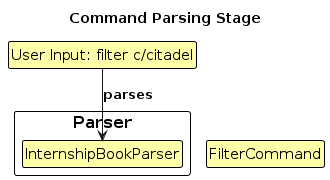
Before: diagrams/FilterCommandParse.png, a diagram exported from PlantUML (AY2324S1-CS2103T-W17-1/tp). Its source is kept beside it as diagrams/FilterCommandParse.puml.
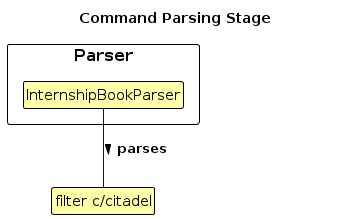
Later version of the same file.

What changed in the source:
```diff
@@ -1,5 +1,4 @@
 @startuml
-!pragma layout smetana
 !include style.puml
 skinparam ClassFontColor #000000
 skinparam ClassBorderColor #000000
@@ -19,8 +18,8 @@
 
 hide FilterCommand
 
-class UserInput as "User Input: filter c/citadel"
+class UserInput as "filter c/citadel"
 
-UserInput -down-> InternshipBookParser : parses
+UserInput -up- InternshipBookParser : < parses
 
 @enduml
```
